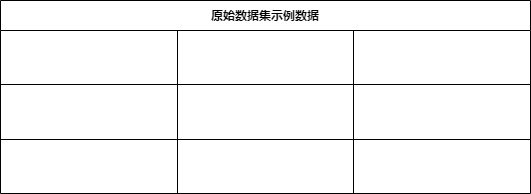
Above: dataChange.drawio.png in lakomi/pictures (draw.io), before the change. Source tidied: cells renumbered, new cells last; positions are measured from the earlier drawing's top-left corner, leaving out a move shared by most shapes. Source of this version:
```xml
<mxGraphModel>
  <root>
    <mxCell id="0" />
    <mxCell id="1" parent="0" />
    <mxCell id="2" value="原始数据集示例数据" style="shape=table;startSize=30;fontStyle=1;align=center;" parent="1" vertex="1">
      <mxGeometry width="530" height="193" as="geometry" />
    </mxCell>
    <mxCell id="3" style="shape=tableRow;horizontal=0;startSize=0;swimlaneHead=0;swimlaneBody=0;top=0;left=0;bottom=0;right=0;fillColor=none;" parent="2" vertex="1">
      <mxGeometry y="30" width="530" height="54" as="geometry" />
    </mxCell>
    <mxCell id="4" style="shape=partialRectangle;html=1;whiteSpace=wrap;fillColor=none;top=0;left=0;bottom=0;right=0;overflow=hidden;" parent="3" vertex="1">
      <mxGeometry width="177" height="54" as="geometry" />
    </mxCell>
    <mxCell id="5" style="shape=partialRectangle;html=1;whiteSpace=wrap;fillColor=none;top=0;left=0;bottom=0;right=0;overflow=hidden;" parent="3" vertex="1">
      <mxGeometry x="177" width="176" height="54" as="geometry" />
    </mxCell>
    <mxCell id="6" style="shape=partialRectangle;html=1;whiteSpace=wrap;fillColor=none;top=0;left=0;bottom=0;right=0;overflow=hidden;" parent="3" vertex="1">
      <mxGeometry x="353" width="177" height="54" as="geometry" />
    </mxCell>
    <mxCell id="7" style="shape=tableRow;horizontal=0;startSize=0;swimlaneHead=0;swimlaneBody=0;top=0;left=0;bottom=0;right=0;fillColor=none;" parent="2" vertex="1">
      <mxGeometry y="84" width="530" height="55" as="geometry" />
    </mxCell>
    <mxCell id="8" style="shape=partialRectangle;html=1;whiteSpace=wrap;fillColor=none;top=0;left=0;bottom=0;right=0;overflow=hidden;" parent="7" vertex="1">
      <mxGeometry width="177" height="55" as="geometry" />
    </mxCell>
    <mxCell id="9" style="shape=partialRectangle;html=1;whiteSpace=wrap;fillColor=none;top=0;left=0;bottom=0;right=0;overflow=hidden;" parent="7" vertex="1">
      <mxGeometry x="177" width="176" height="55" as="geometry" />
    </mxCell>
    <mxCell id="10" style="shape=partialRectangle;html=1;whiteSpace=wrap;fillColor=none;top=0;left=0;bottom=0;right=0;overflow=hidden;" parent="7" vertex="1">
      <mxGeometry x="353" width="177" height="55" as="geometry" />
    </mxCell>
    <mxCell id="11" style="shape=tableRow;horizontal=0;startSize=0;swimlaneHead=0;swimlaneBody=0;top=0;left=0;bottom=0;right=0;fillColor=none;" parent="2" vertex="1">
      <mxGeometry y="139" width="530" height="54" as="geometry" />
    </mxCell>
    <mxCell id="12" style="shape=partialRectangle;html=1;whiteSpace=wrap;fillColor=none;top=0;left=0;bottom=0;right=0;overflow=hidden;" parent="11" vertex="1">
      <mxGeometry width="177" height="54" as="geometry" />
    </mxCell>
    <mxCell id="13" style="shape=partialRectangle;html=1;whiteSpace=wrap;fillColor=none;top=0;left=0;bottom=0;right=0;overflow=hidden;" parent="11" vertex="1">
      <mxGeometry x="177" width="176" height="54" as="geometry" />
    </mxCell>
    <mxCell id="14" style="shape=partialRectangle;html=1;whiteSpace=wrap;fillColor=none;top=0;left=0;bottom=0;right=0;overflow=hidden;" parent="11" vertex="1">
      <mxGeometry x="353" width="177" height="54" as="geometry" />
    </mxCell>
  </root>
</mxGraphModel>
```
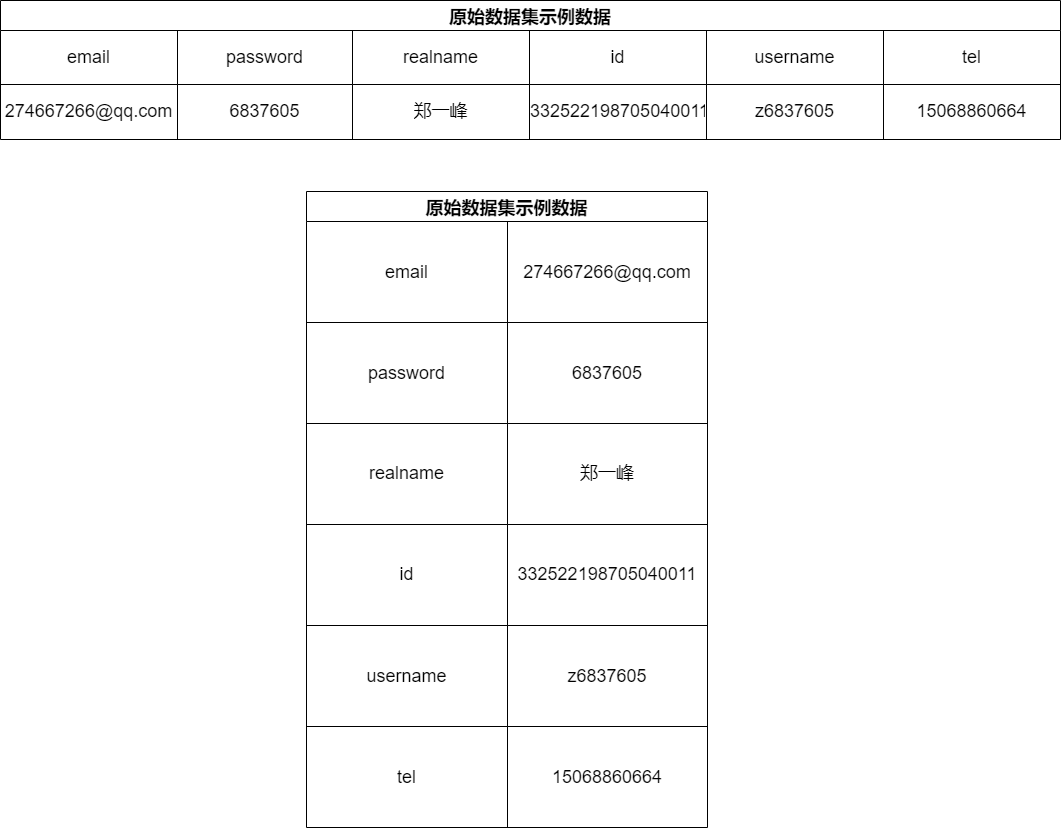
Later version of the same file.

The edit, as a diff of the source:
```diff
@@ -2,44 +2,107 @@
   <root>
     <mxCell id="0" />
     <mxCell id="1" parent="0" />
-    <mxCell id="2" value="原始数据集示例数据" style="shape=table;startSize=30;fontStyle=1;align=center;" parent="1" vertex="1">
-      <mxGeometry width="530" height="193" as="geometry" />
+    <mxCell id="2" value="原始数据集示例数据" style="shape=table;startSize=30;fontStyle=1;align=center;fontSize=18;" parent="1" vertex="1">
+      <mxGeometry width="1060" height="139" as="geometry" />
     </mxCell>
-    <mxCell id="3" style="shape=tableRow;horizontal=0;startSize=0;swimlaneHead=0;swimlaneBody=0;top=0;left=0;bottom=0;right=0;fillColor=none;" parent="2" vertex="1">
-      <mxGeometry y="30" width="530" height="54" as="geometry" />
+    <mxCell id="3" style="shape=tableRow;horizontal=0;startSize=0;swimlaneHead=0;swimlaneBody=0;top=0;left=0;bottom=0;right=0;fillColor=none;fontSize=18;" parent="2" vertex="1">
+      <mxGeometry y="30" width="1060" height="54" as="geometry" />
     </mxCell>
-    <mxCell id="4" style="shape=partialRectangle;html=1;whiteSpace=wrap;fillColor=none;top=0;left=0;bottom=0;right=0;overflow=hidden;" parent="3" vertex="1">
+    <mxCell id="4" value="email" style="shape=partialRectangle;html=1;whiteSpace=wrap;fillColor=none;top=0;left=0;bottom=0;right=0;overflow=hidden;fontSize=18;" parent="3" vertex="1">
       <mxGeometry width="177" height="54" as="geometry" />
     </mxCell>
-    <mxCell id="5" style="shape=partialRectangle;html=1;whiteSpace=wrap;fillColor=none;top=0;left=0;bottom=0;right=0;overflow=hidden;" parent="3" vertex="1">
-      <mxGeometry x="177" width="176" height="54" as="geometry" />
+    <mxCell id="5" value="password" style="shape=partialRectangle;html=1;whiteSpace=wrap;fillColor=none;top=0;left=0;bottom=0;right=0;overflow=hidden;fontSize=18;" parent="3" vertex="1">
+      <mxGeometry x="177" width="175" height="54" as="geometry" />
     </mxCell>
-    <mxCell id="6" style="shape=partialRectangle;html=1;whiteSpace=wrap;fillColor=none;top=0;left=0;bottom=0;right=0;overflow=hidden;" parent="3" vertex="1">
-      <mxGeometry x="353" width="177" height="54" as="geometry" />
+    <mxCell id="6" value="realname" style="shape=partialRectangle;html=1;whiteSpace=wrap;fillColor=none;top=0;left=0;bottom=0;right=0;overflow=hidden;fontSize=18;" parent="3" vertex="1">
+      <mxGeometry x="352" width="177" height="54" as="geometry" />
     </mxCell>
+    <mxCell id="15" value="id" style="shape=partialRectangle;html=1;whiteSpace=wrap;fillColor=none;top=0;left=0;bottom=0;right=0;overflow=hidden;fontSize=18;" parent="3" vertex="1">
+      <mxGeometry x="529" width="177" height="54" as="geometry" />
+    </mxCell>
+    <mxCell id="16" value="username" style="shape=partialRectangle;html=1;whiteSpace=wrap;fillColor=none;top=0;left=0;bottom=0;right=0;overflow=hidden;fontSize=18;" parent="3" vertex="1">
+      <mxGeometry x="706" width="177" height="54" as="geometry" />
+    </mxCell>
+    <mxCell id="17" value="tel" style="shape=partialRectangle;html=1;whiteSpace=wrap;fillColor=none;top=0;left=0;bottom=0;right=0;overflow=hidden;fontSize=18;" parent="3" vertex="1">
+      <mxGeometry x="883" width="177" height="54" as="geometry" />
+    </mxCell>
-    <mxCell id="7" style="shape=tableRow;horizontal=0;startSize=0;swimlaneHead=0;swimlaneBody=0;top=0;left=0;bottom=0;right=0;fillColor=none;" parent="2" vertex="1">
-      <mxGeometry y="84" width="530" height="55" as="geometry" />
+    <mxCell id="7" style="shape=tableRow;horizontal=0;startSize=0;swimlaneHead=0;swimlaneBody=0;top=0;left=0;bottom=0;right=0;fillColor=none;fontSize=18;" parent="2" vertex="1">
+      <mxGeometry y="84" width="1060" height="55" as="geometry" />
     </mxCell>
-    <mxCell id="8" style="shape=partialRectangle;html=1;whiteSpace=wrap;fillColor=none;top=0;left=0;bottom=0;right=0;overflow=hidden;" parent="7" vertex="1">
+    <mxCell id="8" value="274667266@qq.com" style="shape=partialRectangle;html=1;whiteSpace=wrap;fillColor=none;top=0;left=0;bottom=0;right=0;overflow=hidden;fontSize=18;" parent="7" vertex="1">
       <mxGeometry width="177" height="55" as="geometry" />
     </mxCell>
-    <mxCell id="9" style="shape=partialRectangle;html=1;whiteSpace=wrap;fillColor=none;top=0;left=0;bottom=0;right=0;overflow=hidden;" parent="7" vertex="1">
-      <mxGeometry x="177" width="176" height="55" as="geometry" />
+    <mxCell id="9" value="6837605" style="shape=partialRectangle;html=1;whiteSpace=wrap;fillColor=none;top=0;left=0;bottom=0;right=0;overflow=hidden;fontSize=18;" parent="7" vertex="1">
+      <mxGeometry x="177" width="175" height="55" as="geometry" />
     </mxCell>
-    <mxCell id="10" style="shape=partialRectangle;html=1;whiteSpace=wrap;fillColor=none;top=0;left=0;bottom=0;right=0;overflow=hidden;" parent="7" vertex="1">
-      <mxGeometry x="353" width="177" height="55" as="geometry" />
+    <mxCell id="10" value="郑一峰" style="shape=partialRectangle;html=1;whiteSpace=wrap;fillColor=none;top=0;left=0;bottom=0;right=0;overflow=hidden;fontSize=18;" parent="7" vertex="1">
+      <mxGeometry x="352" width="177" height="55" as="geometry" />
     </mxCell>
-    <mxCell id="11" style="shape=tableRow;horizontal=0;startSize=0;swimlaneHead=0;swimlaneBody=0;top=0;left=0;bottom=0;right=0;fillColor=none;" parent="2" vertex="1">
-      <mxGeometry y="139" width="530" height="54" as="geometry" />
-    </mxCell>
-    <mxCell id="12" style="shape=partialRectangle;html=1;whiteSpace=wrap;fillColor=none;top=0;left=0;bottom=0;right=0;overflow=hidden;" parent="11" vertex="1">
-      <mxGeometry width="177" height="54" as="geometry" />
-    </mxCell>
-    <mxCell id="13" style="shape=partialRectangle;html=1;whiteSpace=wrap;fillColor=none;top=0;left=0;bottom=0;right=0;overflow=hidden;" parent="11" vertex="1">
-      <mxGeometry x="177" width="176" height="54" as="geometry" />
-    </mxCell>
-    <mxCell id="14" style="shape=partialRectangle;html=1;whiteSpace=wrap;fillColor=none;top=0;left=0;bottom=0;right=0;overflow=hidden;" parent="11" vertex="1">
-      <mxGeometry x="353" width="177" height="54" as="geometry" />
-    </mxCell>
+    <mxCell id="18" value="332522198705040011" style="shape=partialRectangle;html=1;whiteSpace=wrap;fillColor=none;top=0;left=0;bottom=0;right=0;overflow=hidden;fontSize=18;" parent="7" vertex="1">
+      <mxGeometry x="529" width="177" height="55" as="geometry" />
+    </mxCell>
+    <mxCell id="19" value="z6837605" style="shape=partialRectangle;html=1;whiteSpace=wrap;fillColor=none;top=0;left=0;bottom=0;right=0;overflow=hidden;fontSize=18;" parent="7" vertex="1">
+      <mxGeometry x="706" width="177" height="55" as="geometry" />
+    </mxCell>
+    <mxCell id="20" value="15068860664" style="shape=partialRectangle;html=1;whiteSpace=wrap;fillColor=none;top=0;left=0;bottom=0;right=0;overflow=hidden;fontSize=18;" parent="7" vertex="1">
+      <mxGeometry x="883" width="177" height="55" as="geometry" />
+    </mxCell>
+    <mxCell id="21" value="原始数据集示例数据" style="shape=table;startSize=30;fontStyle=1;align=center;fontSize=18;" parent="1" vertex="1">
+      <mxGeometry x="306" y="191" width="401" height="636" as="geometry" />
+    </mxCell>
+    <mxCell id="22" style="shape=tableRow;horizontal=0;startSize=0;swimlaneHead=0;swimlaneBody=0;top=0;left=0;bottom=0;right=0;fillColor=none;fontSize=18;" parent="21" vertex="1">
+      <mxGeometry y="30" width="401" height="101" as="geometry" />
+    </mxCell>
+    <mxCell id="23" value="&lt;span&gt;email&lt;/span&gt;" style="shape=partialRectangle;html=1;whiteSpace=wrap;fillColor=none;top=0;left=0;bottom=0;right=0;overflow=hidden;fontSize=18;" parent="22" vertex="1">
+      <mxGeometry width="201" height="101" as="geometry" />
+    </mxCell>
+    <mxCell id="24" value="&lt;span&gt;274667266@qq.com&lt;/span&gt;" style="shape=partialRectangle;html=1;whiteSpace=wrap;fillColor=none;top=0;left=0;bottom=0;right=0;overflow=hidden;fontSize=18;" parent="22" vertex="1">
+      <mxGeometry x="201" width="200" height="101" as="geometry" />
+    </mxCell>
+    <mxCell id="25" style="shape=tableRow;horizontal=0;startSize=0;swimlaneHead=0;swimlaneBody=0;top=0;left=0;bottom=0;right=0;fillColor=none;fontSize=18;" parent="21" vertex="1">
+      <mxGeometry y="131" width="401" height="101" as="geometry" />
+    </mxCell>
+    <mxCell id="26" value="&lt;span&gt;password&lt;/span&gt;" style="shape=partialRectangle;html=1;whiteSpace=wrap;fillColor=none;top=0;left=0;bottom=0;right=0;overflow=hidden;fontSize=18;" parent="25" vertex="1">
+      <mxGeometry width="201" height="101" as="geometry" />
+    </mxCell>
+    <mxCell id="27" value="&lt;span&gt;6837605&lt;/span&gt;" style="shape=partialRectangle;html=1;whiteSpace=wrap;fillColor=none;top=0;left=0;bottom=0;right=0;overflow=hidden;fontSize=18;" parent="25" vertex="1">
+      <mxGeometry x="201" width="200" height="101" as="geometry" />
+    </mxCell>
+    <mxCell id="28" style="shape=tableRow;horizontal=0;startSize=0;swimlaneHead=0;swimlaneBody=0;top=0;left=0;bottom=0;right=0;fillColor=none;fontSize=18;" parent="21" vertex="1">
+      <mxGeometry y="232" width="401" height="101" as="geometry" />
+    </mxCell>
+    <mxCell id="29" value="&lt;span&gt;realname&lt;/span&gt;" style="shape=partialRectangle;html=1;whiteSpace=wrap;fillColor=none;top=0;left=0;bottom=0;right=0;overflow=hidden;fontSize=18;" parent="28" vertex="1">
+      <mxGeometry width="201" height="101" as="geometry" />
+    </mxCell>
+    <mxCell id="30" value="&lt;span&gt;郑一峰&lt;/span&gt;" style="shape=partialRectangle;html=1;whiteSpace=wrap;fillColor=none;top=0;left=0;bottom=0;right=0;overflow=hidden;fontSize=18;" parent="28" vertex="1">
+      <mxGeometry x="201" width="200" height="101" as="geometry" />
+    </mxCell>
+    <mxCell id="31" style="shape=tableRow;horizontal=0;startSize=0;swimlaneHead=0;swimlaneBody=0;top=0;left=0;bottom=0;right=0;fillColor=none;fontSize=18;" parent="21" vertex="1">
+      <mxGeometry y="333" width="401" height="101" as="geometry" />
+    </mxCell>
+    <mxCell id="32" value="&lt;span&gt;id&lt;/span&gt;" style="shape=partialRectangle;html=1;whiteSpace=wrap;fillColor=none;top=0;left=0;bottom=0;right=0;overflow=hidden;fontSize=18;" parent="31" vertex="1">
+      <mxGeometry width="201" height="101" as="geometry" />
+    </mxCell>
+    <mxCell id="33" value="&lt;span&gt;332522198705040011&lt;/span&gt;" style="shape=partialRectangle;html=1;whiteSpace=wrap;fillColor=none;top=0;left=0;bottom=0;right=0;overflow=hidden;fontSize=18;" parent="31" vertex="1">
+      <mxGeometry x="201" width="200" height="101" as="geometry" />
+    </mxCell>
+    <mxCell id="34" style="shape=tableRow;horizontal=0;startSize=0;swimlaneHead=0;swimlaneBody=0;top=0;left=0;bottom=0;right=0;fillColor=none;fontSize=18;" parent="21" vertex="1">
+      <mxGeometry y="434" width="401" height="101" as="geometry" />
+    </mxCell>
+    <mxCell id="35" value="&lt;span&gt;username&lt;/span&gt;" style="shape=partialRectangle;html=1;whiteSpace=wrap;fillColor=none;top=0;left=0;bottom=0;right=0;overflow=hidden;fontSize=18;" parent="34" vertex="1">
+      <mxGeometry width="201" height="101" as="geometry" />
+    </mxCell>
+    <mxCell id="36" value="&lt;span&gt;z6837605&lt;/span&gt;" style="shape=partialRectangle;html=1;whiteSpace=wrap;fillColor=none;top=0;left=0;bottom=0;right=0;overflow=hidden;fontSize=18;" parent="34" vertex="1">
+      <mxGeometry x="201" width="200" height="101" as="geometry" />
+    </mxCell>
+    <mxCell id="37" style="shape=tableRow;horizontal=0;startSize=0;swimlaneHead=0;swimlaneBody=0;top=0;left=0;bottom=0;right=0;fillColor=none;fontSize=18;" parent="21" vertex="1">
+      <mxGeometry y="535" width="401" height="101" as="geometry" />
+    </mxCell>
+    <mxCell id="38" value="&lt;span&gt;tel&lt;/span&gt;" style="shape=partialRectangle;html=1;whiteSpace=wrap;fillColor=none;top=0;left=0;bottom=0;right=0;overflow=hidden;fontSize=18;" parent="37" vertex="1">
+      <mxGeometry width="201" height="101" as="geometry" />
+    </mxCell>
+    <mxCell id="39" value="&lt;span&gt;15068860664&lt;/span&gt;" style="shape=partialRectangle;html=1;whiteSpace=wrap;fillColor=none;top=0;left=0;bottom=0;right=0;overflow=hidden;fontSize=18;" parent="37" vertex="1">
+      <mxGeometry x="201" width="200" height="101" as="geometry" />
+    </mxCell>
   </root>
 </mxGraphModel>
```
